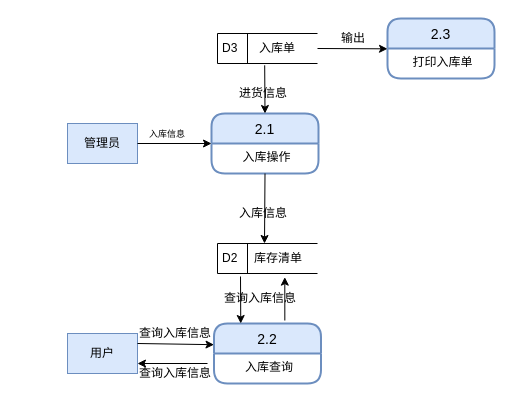
Earlier version of the draw.io diagram 入库管理子模块第二层数据流图.drawio (fancy5858/hello-world). Source tidied: cells renumbered, new cells numbered last; positions are measured from the earlier drawing's top-left corner, leaving out a move shared by most shapes. Both pictures are drawn from the tidied source at 100%, with x=0, y=0 at pixel (67, 18).
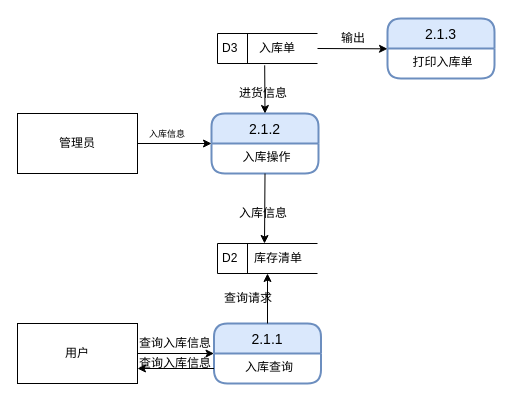
The same page after the edit.

Commit message:
Update 入库管理子模块第二层数据流图.drawio

The change refers to these unchanged cells:
```xml
<mxCell id="13" value="D2" style="html=1;dashed=0;whitespace=wrap;shape=mxgraph.dfd.dataStoreID;align=left;spacingLeft=3;points=[[0,0],[0.5,0],[1,0],[0,0.5],[1,0.5],[0,1],[0.5,1],[1,1]];" parent="1" vertex="1">
  <mxGeometry x="150" y="225" width="100" height="30" as="geometry" />
</mxCell>
<mxCell id="16" value="入库查询" style="align=center;strokeColor=none;fillColor=none;spacingLeft=4;fontSize=12;verticalAlign=top;" parent="15" vertex="1">
  <mxGeometry y="30" width="107" height="30" as="geometry" />
</mxCell>
```

What changed in the source:
```diff
@@
-    <mxCell id="4" value="2.1" style="swimlane;horizontal=1;startSize=30;rounded=1;fontSize=14;fontStyle=0;strokeWidth=2;shadow=0;dashed=0;align=center;fillColor=#dae8fc;strokeColor=#6c8ebf;" parent="1" vertex="1">
+    <mxCell id="4" value="2.1.2" style="swimlane;horizontal=1;startSize=30;rounded=1;fontSize=14;fontStyle=0;strokeWidth=2;shadow=0;dashed=0;align=center;fillColor=#dae8fc;strokeColor=#6c8ebf;" parent="1" vertex="1">
       <mxGeometry x="144" y="95" width="107" height="60" as="geometry" />
     </mxCell>
@@
-    <mxCell id="8" value="管理员" style="rounded=0;whiteSpace=wrap;html=1;align=center;fillColor=#dae8fc;strokeColor=#6c8ebf;" parent="1" vertex="1">
-      <mxGeometry y="105" width="70" height="40" as="geometry" />
-    </mxCell>
-    <mxCell id="9" style="endArrow=classic;html=1;exitX=1;exitY=0.5;exitDx=0;exitDy=0;entryX=0;entryY=0.5;entryDx=0;entryDy=0;" parent="1" edge="1" source="8" target="4">
-      <mxGeometry relative="1" as="geometry" />
+    <mxCell id="9" style="endArrow=classic;html=1;exitX=1;exitY=0.5;exitDx=0;exitDy=0;entryX=0;entryY=0.5;entryDx=0;entryDy=0;" parent="1" edge="1" target="4">
+      <mxGeometry relative="1" as="geometry">
+        <mxPoint x="70" y="125" as="sourcePoint" />
+      </mxGeometry>
     </mxCell>
@@
-    <mxCell id="15" value="2.2" style="swimlane;horizontal=1;startSize=30;rounded=1;fontSize=14;fontStyle=0;strokeWidth=2;shadow=0;dashed=0;align=center;fillColor=#dae8fc;strokeColor=#6c8ebf;" parent="1" vertex="1">
+    <mxCell id="15" value="2.1.1" style="swimlane;horizontal=1;startSize=30;rounded=1;fontSize=14;fontStyle=0;strokeWidth=2;shadow=0;dashed=0;align=center;fillColor=#dae8fc;strokeColor=#6c8ebf;" parent="1" vertex="1">
       <mxGeometry x="146.5" y="305" width="107" height="60" as="geometry" />
     </mxCell>
@@
-    <mxCell id="17" style="endArrow=classic;html=1;entryX=0.673;entryY=1.122;entryDx=0;entryDy=0;entryPerimeter=0;exitX=0.662;exitY=-0.05;exitDx=0;exitDy=0;exitPerimeter=0;" parent="1" edge="1" source="15" target="13">
+    <mxCell id="17" style="endArrow=classic;html=1;entryX=0.5;entryY=1;entryDx=0;entryDy=0;exitX=0.5;exitY=0;exitDx=0;exitDy=0;" parent="1" edge="1" source="15" target="13">
       <mxGeometry relative="1" as="geometry" />
     </mxCell>
-    <mxCell id="18" style="endArrow=classic;html=1;entryX=0.25;entryY=0;entryDx=0;entryDy=0;" parent="1" edge="1" target="15">
-      <mxGeometry relative="1" as="geometry">
-        <mxPoint x="173" y="258" as="sourcePoint" />
-      </mxGeometry>
-    </mxCell>
-    <mxCell id="19" value="查询入库信息" style="text;html=1;align=left;verticalAlign=top;spacingTop=-4;" parent="1" vertex="1">
-      <mxGeometry x="155" y="270" width="90" height="20" as="geometry" />
+    <mxCell id="19" value="查询请求" style="text;html=1;align=left;verticalAlign=top;spacingTop=-4;" parent="1" vertex="1">
+      <mxGeometry x="155" y="270" width="60" height="20" as="geometry" />
     </mxCell>
-    <mxCell id="20" value="用户" style="rounded=0;whiteSpace=wrap;html=1;align=center;fillColor=#dae8fc;strokeColor=#6c8ebf;" parent="1" vertex="1">
-      <mxGeometry y="315" width="70" height="40" as="geometry" />
-    </mxCell>
-    <mxCell id="21" style="endArrow=classic;html=1;exitX=1;exitY=0.25;exitDx=0;exitDy=0;entryX=0;entryY=0.353;entryDx=0;entryDy=0;entryPerimeter=0;" parent="1" edge="1" source="20" target="15">
-      <mxGeometry relative="1" as="geometry" />
+    <mxCell id="21" style="endArrow=classic;html=1;entryX=0;entryY=0.5;entryDx=0;entryDy=0;" parent="1" edge="1" target="15">
+      <mxGeometry relative="1" as="geometry">
+        <mxPoint x="70" y="335" as="sourcePoint" />
+      </mxGeometry>
     </mxCell>
     <mxCell id="22" value="查询入库信息" style="text;html=1;align=left;verticalAlign=top;spacingTop=-4;" parent="1" vertex="1">
-      <mxGeometry x="70" y="305" width="90" height="20" as="geometry" />
+      <mxGeometry x="70" y="315" width="90" height="20" as="geometry" />
     </mxCell>
-    <mxCell id="23" style="endArrow=classic;html=1;entryX=1;entryY=0.75;entryDx=0;entryDy=0;" parent="1" edge="1" target="20">
-      <mxGeometry relative="1" as="geometry">
-        <mxPoint x="140" y="345" as="sourcePoint" />
-      </mxGeometry>
-    </mxCell>
-    <mxCell id="24" value="查询入库信息" style="text;html=1;align=left;verticalAlign=top;spacingTop=-4;" parent="1" vertex="1">
-      <mxGeometry x="70" y="345" width="90" height="20" as="geometry" />
-    </mxCell>
-    <mxCell id="25" value="2.3" style="swimlane;horizontal=1;startSize=30;rounded=1;fontSize=14;fontStyle=0;strokeWidth=2;shadow=0;dashed=0;align=center;fillColor=#dae8fc;strokeColor=#6c8ebf;" parent="1" vertex="1">
+    <mxCell id="25" value="2.1.3" style="swimlane;horizontal=1;startSize=30;rounded=1;fontSize=14;fontStyle=0;strokeWidth=2;shadow=0;dashed=0;align=center;fillColor=#dae8fc;strokeColor=#6c8ebf;" parent="1" vertex="1">
       <mxGeometry x="320" width="107" height="60" as="geometry" />
     </mxCell>
@@
+    <mxCell id="8" value="管理员" style="rounded=0;whiteSpace=wrap;html=1;" parent="1" vertex="1">
+      <mxGeometry x="-50" y="95" width="120" height="60" as="geometry" />
+    </mxCell>
+    <mxCell id="20" value="用户" style="rounded=0;whiteSpace=wrap;html=1;" parent="1" vertex="1">
+      <mxGeometry x="-50" y="305" width="120" height="60" as="geometry" />
+    </mxCell>
+    <mxCell id="29" style="endArrow=classic;html=1;exitX=0;exitY=0.5;exitDx=0;exitDy=0;entryX=1;entryY=0.75;entryDx=0;entryDy=0;" parent="1" edge="1" source="16" target="20">
+      <mxGeometry relative="1" as="geometry" />
+    </mxCell>
+    <mxCell id="24" value="查询入库信息" style="text;html=1;align=left;verticalAlign=top;spacingTop=-4;" parent="1" vertex="1">
+      <mxGeometry x="70" y="335" width="90" height="20" as="geometry" />
+    </mxCell>
```
